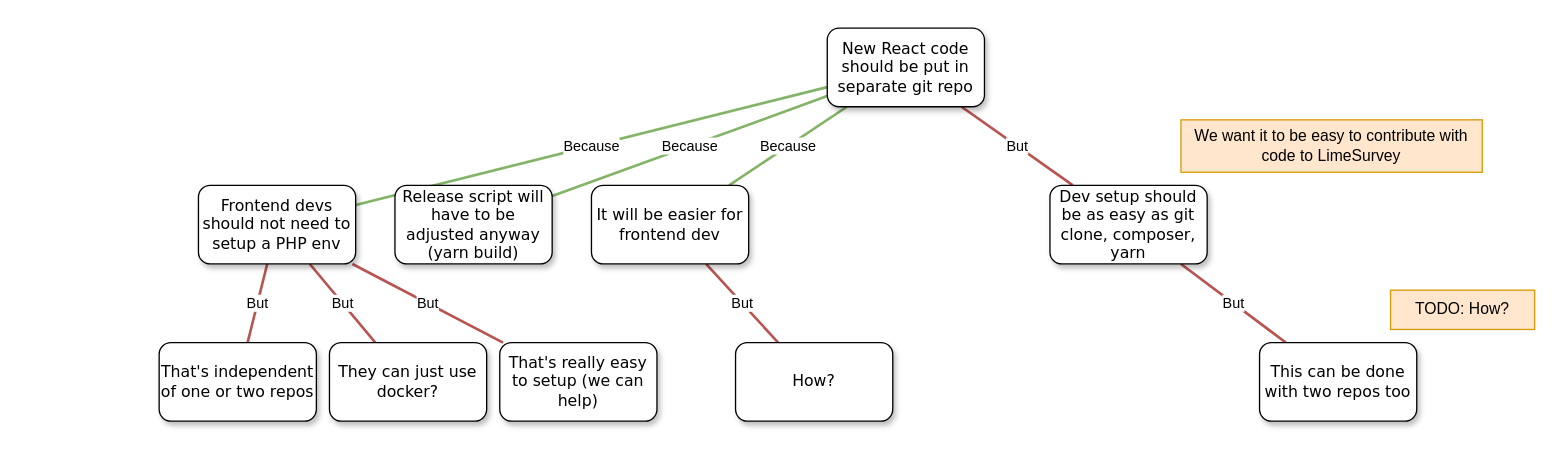
This is Separate_repo.drawio from olleharstedt/limesurvey-wizard, a draw.io file, before an edit. Source tidied: cells renumbered, new cells numbered last; positions are measured from the earlier drawing's top-left corner, leaving out a move shared by most shapes. Both pictures are drawn from the tidied source at 131%, with x=0, y=0 at pixel (159, 28).
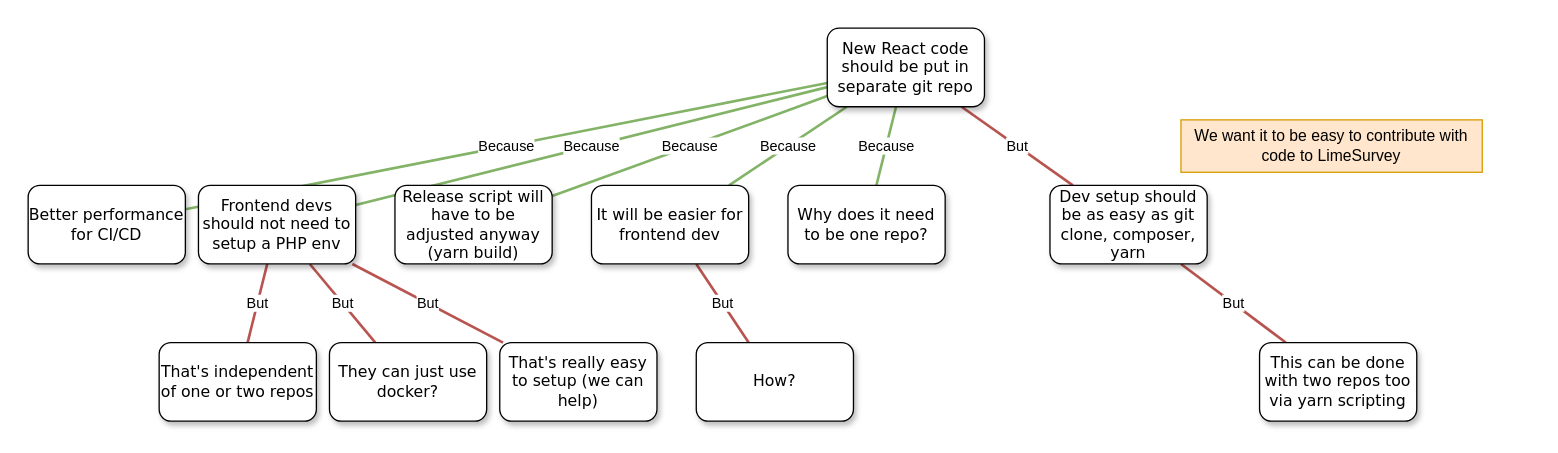
After the change.

Unchanged cells that the change refers to:
```xml
<mxCell id="6" value="New React code should be put in separate git repo" style="whiteSpace=wrap;html=1;rounded=1;shadow=1;labelBackgroundColor=none;strokeWidth=1;fontFamily=Verdana;fontSize=12;align=center;" parent="1" vertex="1">
  <mxGeometry x="510" width="120" height="60" as="geometry" />
</mxCell>
```

Change to the diagram source:
```diff
@@
+    <mxCell id="23" value="Because" style="rounded=0;jettySize=auto;html=1;fillColor=#d5e8d4;strokeColor=#82b366;endArrow=none;endFill=0;strokeWidth=2;" parent="1" edge="1" source="6" target="25">
+      <mxGeometry relative="1" as="geometry" />
+    </mxCell>
+    <mxCell id="24" value="Because" style="edgeStyle=none;rounded=0;jettySize=auto;html=1;endArrow=none;endFill=0;fillColor=#d5e8d4;strokeColor=#82b366;strokeWidth=2;" parent="1" edge="1" source="6" target="26">
+      <mxGeometry relative="1" as="geometry" />
+    </mxCell>
@@
-    <mxCell id="11" value="This can be done with two repos too" style="whiteSpace=wrap;html=1;rounded=1;shadow=1;labelBackgroundColor=none;strokeWidth=1;fontFamily=Verdana;fontSize=12;align=center;" parent="1" vertex="1">
+    <mxCell id="11" value="This can be done with two repos too via yarn scripting" style="whiteSpace=wrap;html=1;rounded=1;shadow=1;labelBackgroundColor=none;strokeWidth=1;fontFamily=Verdana;fontSize=12;align=center;" parent="1" vertex="1">
       <mxGeometry x="840" y="240" width="120" height="60" as="geometry" />
     </mxCell>
-    <mxCell id="12" value="TODO: How?" style="text;html=1;strokeColor=#d79b00;fillColor=#ffe6cc;align=center;verticalAlign=middle;whiteSpace=wrap;rounded=0;" parent="1" vertex="1">
-      <mxGeometry x="940" y="200" width="110" height="30" as="geometry" />
-    </mxCell>
@@
     <mxCell id="15" value="How?" style="whiteSpace=wrap;html=1;rounded=1;shadow=1;labelBackgroundColor=none;strokeWidth=1;fontFamily=Verdana;fontSize=12;align=center;" parent="1" vertex="1">
-      <mxGeometry x="440" y="240" width="120" height="60" as="geometry" />
+      <mxGeometry x="410" y="240" width="120" height="60" as="geometry" />
     </mxCell>
@@
+    <mxCell id="25" value="Why does it need to be one repo?" style="whiteSpace=wrap;html=1;rounded=1;shadow=1;labelBackgroundColor=none;strokeWidth=1;fontFamily=Verdana;fontSize=12;align=center;" parent="1" vertex="1">
+      <mxGeometry x="480" y="120" width="120" height="60" as="geometry" />
+    </mxCell>
+    <mxCell id="26" value="Better performance for CI/CD" style="whiteSpace=wrap;html=1;rounded=1;shadow=1;labelBackgroundColor=none;strokeWidth=1;fontFamily=Verdana;fontSize=12;align=center;" parent="1" vertex="1">
+      <mxGeometry x="-100" y="120" width="120" height="60" as="geometry" />
+    </mxCell>
```
